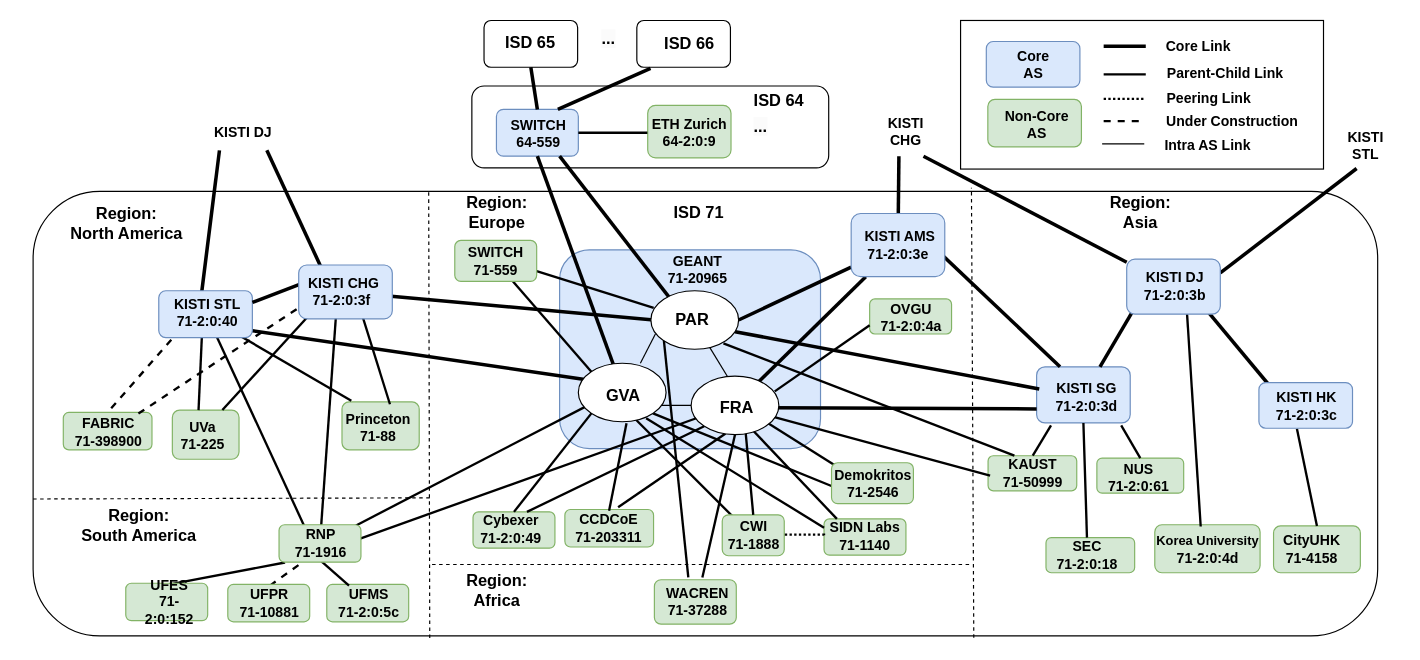
The draw.io diagram docs/source/images/edunet-topo.drawio in netsys-lab/scion-education-network-documentation, before the edit. Source tidied: cells renumbered, new cells numbered last; positions are measured from the earlier drawing's top-left corner, leaving out a move shared by most shapes. Both pictures are drawn from the tidied source at 117%, with x=0, y=0 at pixel (20, 20).
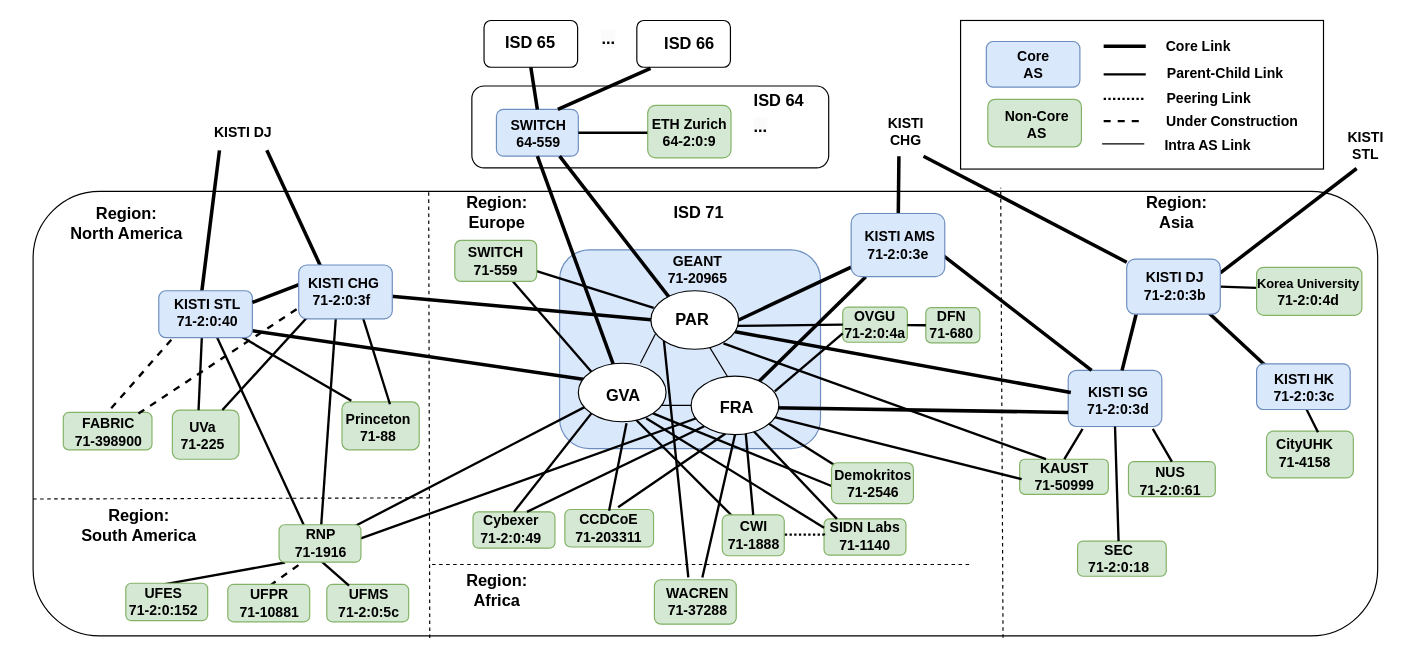
After the change.

The change refers to these unchanged cells:
```xml
<mxCell id="80" style="ellipse;whiteSpace=wrap;html=1;" parent="1" vertex="1">
  <mxGeometry x="538.8" y="231" width="75" height="50" as="geometry" />
</mxCell>
<mxCell id="153" style="rounded=1;whiteSpace=wrap;html=1;fillColor=#dae8fc;strokeColor=#6c8ebf;" parent="1" vertex="1">
  <mxGeometry x="945.5" y="204" width="80" height="47" as="geometry" />
</mxCell>
```

Diff of the diagram source:
```diff
@@
     <mxCell id="20" style="rounded=1;whiteSpace=wrap;html=1;fillColor=#d5e8d4;strokeColor=#82b366;" parent="1" vertex="1">
-      <mxGeometry x="725.8" y="238" width="70" height="30" as="geometry" />
+      <mxGeometry x="702.8" y="245" width="55.2" height="30" as="geometry" />
     </mxCell>
     <mxCell id="21" value="OVGU&lt;br&gt;71-2:0:4a" style="text;html=1;strokeColor=none;fillColor=none;align=center;verticalAlign=middle;whiteSpace=wrap;rounded=0;fontStyle=1;" parent="1" vertex="1">
-      <mxGeometry x="731.8" y="239" width="59" height="30" as="geometry" />
+      <mxGeometry x="700.9" y="245" width="59" height="30" as="geometry" />
     </mxCell>
@@
     <mxCell id="28" style="endArrow=none;dashed=1;html=1;rounded=0;exitX=0.653;exitY=1.012;exitDx=0;exitDy=0;exitPerimeter=0;" parent="1" edge="1">
       <mxGeometry relative="1" as="geometry">
-        <mxPoint x="814.8" y="527.6" as="sourcePoint" />
-        <mxPoint x="812.8" y="143" as="targetPoint" />
+        <mxPoint x="839.8" y="527.6" as="sourcePoint" />
+        <mxPoint x="837.8" y="143" as="targetPoint" />
       </mxGeometry>
     </mxCell>
@@
     <mxCell id="36" value="Region:&lt;br&gt;Asia" style="text;html=1;strokeColor=none;fillColor=none;align=center;verticalAlign=middle;whiteSpace=wrap;rounded=0;fontSize=14;fontStyle=1;" parent="1" vertex="1">
-      <mxGeometry x="911.8" y="149" width="90.8" height="30" as="geometry" />
+      <mxGeometry x="942.8" y="149" width="90.8" height="30" as="geometry" />
     </mxCell>
     <mxCell id="37" style="rounded=1;whiteSpace=wrap;html=1;fillColor=#d5e8d4;strokeColor=#82b366;" parent="1" vertex="1">
-      <mxGeometry x="876.5" y="442" width="75.8" height="30" as="geometry" />
+      <mxGeometry x="903.5" y="445" width="75.8" height="30" as="geometry" />
     </mxCell>
     <mxCell id="38" value="SEC&lt;br&gt;71-2:0:18" style="text;html=1;strokeColor=none;fillColor=none;align=center;verticalAlign=middle;whiteSpace=wrap;rounded=0;fontStyle=1;" parent="1" vertex="1">
-      <mxGeometry x="847" y="442" width="130" height="30" as="geometry" />
+      <mxGeometry x="874" y="445" width="130" height="30" as="geometry" />
     </mxCell>
     <mxCell id="39" style="rounded=1;whiteSpace=wrap;html=1;fillColor=#d5e8d4;strokeColor=#82b366;" parent="1" vertex="1">
-      <mxGeometry x="920" y="374" width="74.2" height="30" as="geometry" />
+      <mxGeometry x="947" y="377" width="74.2" height="30" as="geometry" />
     </mxCell>
     <mxCell id="40" value="NUS&lt;div&gt;71-2:0:61&lt;/div&gt;" style="text;html=1;strokeColor=none;fillColor=none;align=center;verticalAlign=middle;whiteSpace=wrap;rounded=0;fontStyle=1;" parent="1" vertex="1">
-      <mxGeometry x="926.2" y="376" width="60" height="30" as="geometry" />
+      <mxGeometry x="953.2" y="379" width="60" height="30" as="geometry" />
     </mxCell>
@@
     <mxCell id="44" style="rounded=1;whiteSpace=wrap;html=1;fillColor=#d5e8d4;strokeColor=#82b366;" parent="1" vertex="1">
-      <mxGeometry x="969.5" y="431" width="90" height="41" as="geometry" />
+      <mxGeometry x="1056.5" y="211" width="90" height="41" as="geometry" />
     </mxCell>
     <mxCell id="45" value="&lt;font style=&quot;font-size: 11px;&quot;&gt;Korea University&lt;/font&gt;&lt;br&gt;71-2:0:4d" style="text;html=1;strokeColor=none;fillColor=none;align=center;verticalAlign=middle;whiteSpace=wrap;rounded=0;fontStyle=1;" parent="1" vertex="1">
-      <mxGeometry x="954.5" y="436.5" width="120" height="30" as="geometry" />
+      <mxGeometry x="1055" y="216.5" width="91.5" height="30" as="geometry" />
     </mxCell>
     <mxCell id="46" style="rounded=1;whiteSpace=wrap;html=1;fillColor=#dae8fc;strokeColor=#6c8ebf;" parent="1" vertex="1">
-      <mxGeometry x="868.5" y="296" width="80" height="48" as="geometry" />
+      <mxGeometry x="895.5" y="299" width="80" height="48" as="geometry" />
     </mxCell>
     <mxCell id="47" value="KISTI SG&lt;br&gt;71-2:0:3d" style="text;html=1;strokeColor=none;fillColor=none;align=center;verticalAlign=middle;whiteSpace=wrap;rounded=0;fontStyle=1;" parent="1" vertex="1">
-      <mxGeometry x="874.8" y="307" width="72.8" height="30" as="geometry" />
+      <mxGeometry x="901.8" y="310" width="72.8" height="30" as="geometry" />
     </mxCell>
@@
+    <mxCell id="59" style="endArrow=none;html=1;rounded=0;strokeWidth=2;entryX=1;entryY=0.5;entryDx=0;entryDy=0;exitX=-0.006;exitY=0.427;exitDx=0;exitDy=0;exitPerimeter=0;" parent="1" edge="1" source="44" target="153">
+      <mxGeometry relative="1" as="geometry" />
+    </mxCell>
@@
-    <mxCell id="59" style="endArrow=none;html=1;rounded=0;strokeWidth=2;entryX=0.644;entryY=0.979;entryDx=0;entryDy=0;exitX=0.452;exitY=-0.133;exitDx=0;exitDy=0;exitPerimeter=0;entryPerimeter=0;" parent="1" edge="1" source="45" target="153">
-      <mxGeometry relative="1" as="geometry" />
-    </mxCell>
     <mxCell id="60" style="endArrow=none;html=1;rounded=0;exitX=0.5;exitY=0;exitDx=0;exitDy=0;strokeWidth=2;" parent="1" edge="1" source="39">
       <mxGeometry relative="1" as="geometry">
-        <mxPoint x="940.8" y="346" as="targetPoint" />
+        <mxPoint x="967.8" y="349" as="targetPoint" />
       </mxGeometry>
     </mxCell>
@@
     <mxCell id="99" style="rounded=1;whiteSpace=wrap;html=1;fillColor=#d5e8d4;strokeColor=#82b366;" parent="1" vertex="1">
-      <mxGeometry x="827" y="372" width="75.8" height="30" as="geometry" />
+      <mxGeometry x="854" y="375" width="75.8" height="30" as="geometry" />
     </mxCell>
     <mxCell id="100" value="KAUST&lt;br&gt;71-50999" style="text;html=1;strokeColor=none;fillColor=none;align=center;verticalAlign=middle;whiteSpace=wrap;rounded=0;fontStyle=1;" parent="1" vertex="1">
-      <mxGeometry x="833.8" y="372" width="62.8" height="30" as="geometry" />
+      <mxGeometry x="860.8" y="375" width="62.8" height="30" as="geometry" />
     </mxCell>
     <mxCell id="101" style="endArrow=none;html=1;rounded=0;strokeWidth=2;exitX=0.5;exitY=0;exitDx=0;exitDy=0;" parent="1" edge="1" source="100">
       <mxGeometry relative="1" as="geometry">
-        <mxPoint x="880.8" y="346" as="targetPoint" />
+        <mxPoint x="907.8" y="349" as="targetPoint" />
       </mxGeometry>
     </mxCell>
@@
     <mxCell id="104" style="rounded=1;whiteSpace=wrap;html=1;fillColor=#d5e8d4;strokeColor=#82b366;" parent="1" vertex="1">
-      <mxGeometry x="1071" y="432" width="74.2" height="40" as="geometry" />
+      <mxGeometry x="1065" y="351" width="74.2" height="40" as="geometry" />
     </mxCell>
     <mxCell id="105" value="CityUHK&lt;div&gt;71-4158&lt;/div&gt;" style="text;html=1;strokeColor=none;fillColor=none;align=center;verticalAlign=middle;whiteSpace=wrap;rounded=0;fontStyle=1;" parent="1" vertex="1">
-      <mxGeometry x="1039" y="437" width="130" height="30" as="geometry" />
+      <mxGeometry x="1033" y="355" width="130" height="30" as="geometry" />
     </mxCell>
-    <mxCell id="106" style="endArrow=none;html=1;rounded=0;exitX=0.5;exitY=0;exitDx=0;exitDy=0;entryX=0.406;entryY=1.013;entryDx=0;entryDy=0;entryPerimeter=0;strokeWidth=2;" parent="1" edge="1" source="104" target="155">
+    <mxCell id="106" style="endArrow=none;html=1;rounded=0;exitX=0.593;exitY=0.025;exitDx=0;exitDy=0;entryX=0.5;entryY=1;entryDx=0;entryDy=0;strokeWidth=2;exitPerimeter=0;" parent="1" edge="1" source="104" target="156">
       <mxGeometry relative="1" as="geometry" />
     </mxCell>
@@
     <mxCell id="155" style="rounded=1;whiteSpace=wrap;html=1;fillColor=#dae8fc;strokeColor=#6c8ebf;" parent="1" vertex="1">
-      <mxGeometry x="1058.5" y="309.5" width="80" height="39" as="geometry" />
+      <mxGeometry x="1056.5" y="293.5" width="80" height="39" as="geometry" />
     </mxCell>
     <mxCell id="156" value="KISTI HK&lt;br&gt;71-2:0:3c" style="text;html=1;strokeColor=none;fillColor=none;align=center;verticalAlign=middle;whiteSpace=wrap;rounded=0;fontStyle=1;" parent="1" vertex="1">
-      <mxGeometry x="1069.8" y="314.5" width="58.8" height="30" as="geometry" />
+      <mxGeometry x="1067.8" y="298.5" width="58.8" height="30" as="geometry" />
     </mxCell>
@@
     <mxCell id="159" value="UFES&lt;br&gt;71-2:0:152" style="text;html=1;strokeColor=none;fillColor=none;align=center;verticalAlign=middle;whiteSpace=wrap;rounded=0;fontStyle=1;" parent="1" vertex="1">
-      <mxGeometry x="100" y="482" width="55" height="30" as="geometry" />
+      <mxGeometry x="90" y="482" width="65" height="30" as="geometry" />
     </mxCell>
@@
+    <mxCell id="162" style="rounded=1;whiteSpace=wrap;html=1;fillColor=#d5e8d4;strokeColor=#82b366;" parent="1" vertex="1">
+      <mxGeometry x="773.8" y="245.5" width="46.2" height="30" as="geometry" />
+    </mxCell>
+    <mxCell id="163" value="DFN&lt;br&gt;71-680" style="text;html=1;strokeColor=none;fillColor=none;align=center;verticalAlign=middle;whiteSpace=wrap;rounded=0;fontStyle=1;" parent="1" vertex="1">
+      <mxGeometry x="764.8" y="245" width="62" height="30" as="geometry" />
+    </mxCell>
+    <mxCell id="164" style="endArrow=none;html=1;rounded=0;strokeWidth=2;entryX=0.983;entryY=0.6;entryDx=0;entryDy=0;exitX=0;exitY=0.5;exitDx=0;exitDy=0;entryPerimeter=0;" parent="1" edge="1" source="20" target="80">
+      <mxGeometry relative="1" as="geometry" />
+    </mxCell>
+    <mxCell id="165" style="endArrow=none;html=1;rounded=0;strokeWidth=2;exitX=0;exitY=0.5;exitDx=0;exitDy=0;" parent="1" edge="1" source="162" target="20">
+      <mxGeometry relative="1" as="geometry" />
+    </mxCell>
```
